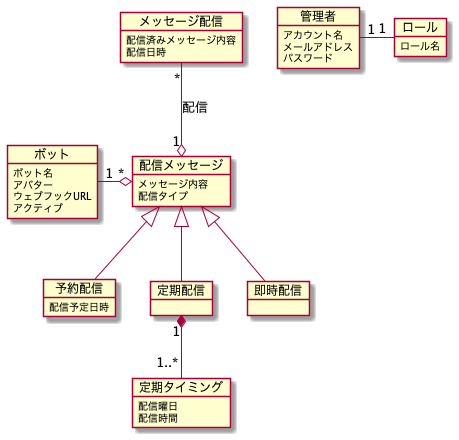
Earlier version of the PlantUML export document/analysis/model.png (takemo101/dc-scheduler).
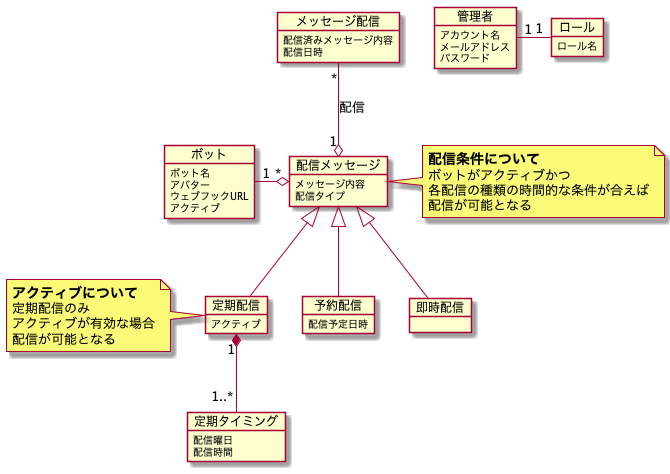
Later version of the same file.

The edit, as a diff of the source:
```diff
@@ -10,11 +10,24 @@
     メッセージ内容
     配信タイプ
 }
+note right
+=== 配信条件について
+ボットがアクティブかつ
+各配信の種類の時間的な条件が合えば
+配信が可能となる
+end note
 object 予約配信 {
     配信予定日時
 }
 object 定期配信 {
+    アクティブ
 }
+note left
+=== アクティブについて
+定期配信のみ
+アクティブが有効な場合
+配信が可能となる
+end note
 object 即時配信 {
 }
 object 定期タイミング {
```
